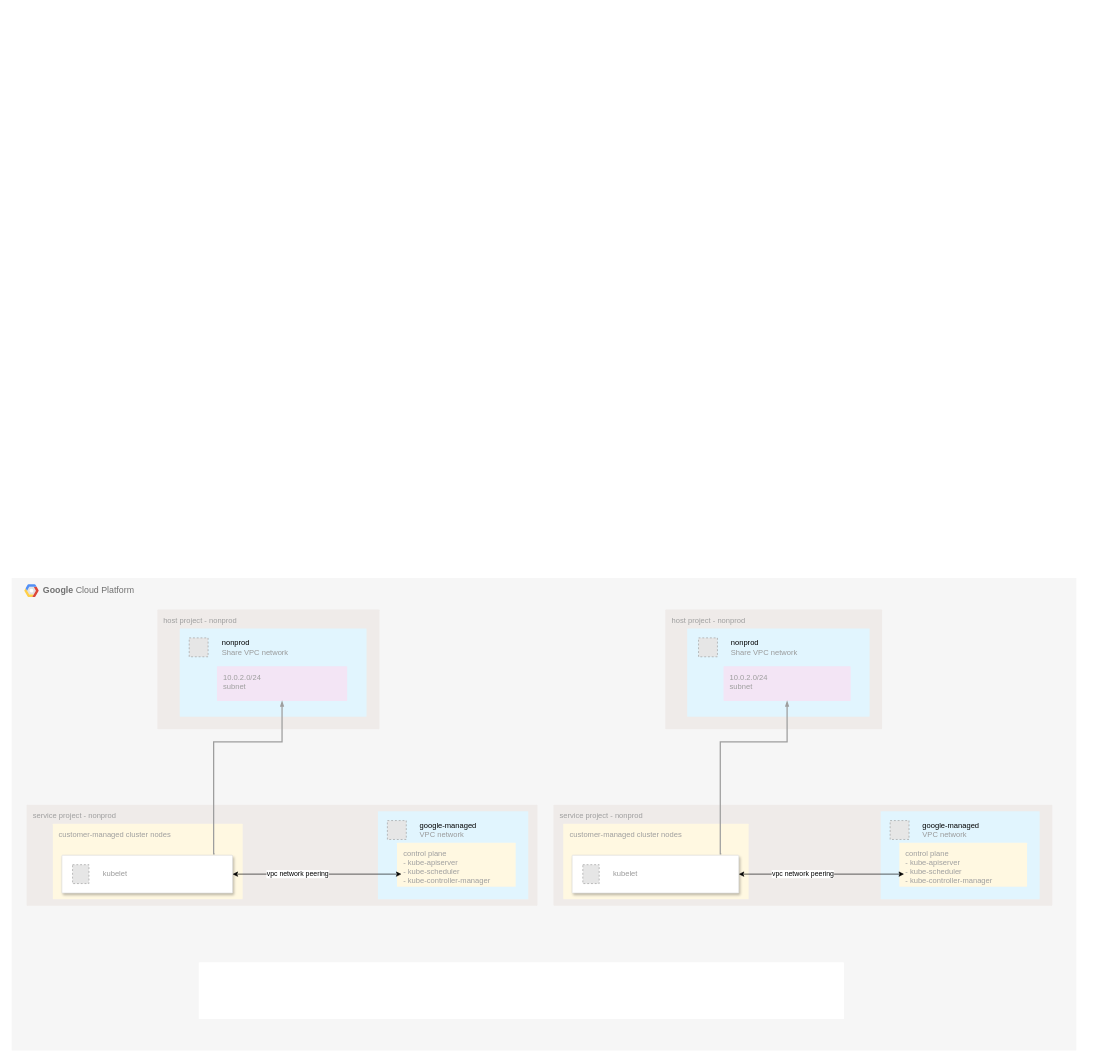
Earlier version of the draw.io diagram page "Page-1" (1 of 2) of private-gke.drawio (Phoebe0222/cloud-concepts). Source tidied: cells renumbered, new cells numbered last; positions are measured from the earlier drawing's top-left corner, leaving out a move shared by most shapes. Both pictures are drawn from the tidied source at 63%, with x=0, y=0 at pixel (11, 578). Pictures stored in the file or linked from it are replaced by grey dashed boxes.
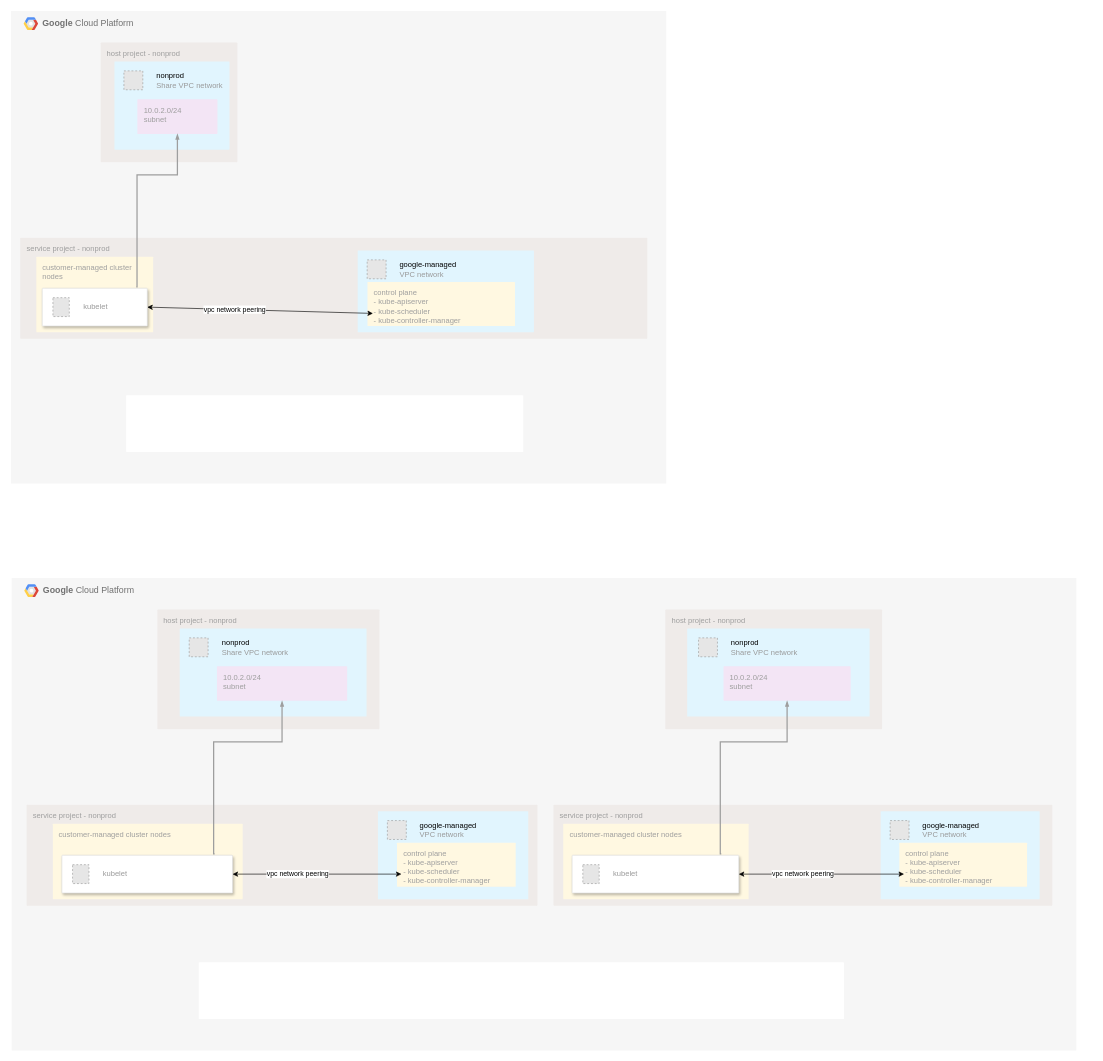
After the change.

What changed in the source:
```diff
@@
+    <mxCell id="37" value="&lt;b&gt;Google &lt;/b&gt;Cloud Platform" style="fillColor=#F6F6F6;strokeColor=none;shadow=0;gradientColor=none;fontSize=14;align=left;spacing=10;fontColor=#717171;9E9E9E;verticalAlign=top;spacingTop=-4;fontStyle=0;spacingLeft=40;html=1;" parent="1" vertex="1">
+      <mxGeometry x="-1" y="-900" width="1040" height="750" as="geometry" />
+    </mxCell>
+    <mxCell id="38" style="shape=mxgraph.gcp2.google_cloud_platform;fillColor=#F6F6F6;strokeColor=none;shadow=0;gradientColor=none;" parent="37" vertex="1">
+      <mxGeometry width="23" height="20" relative="1" as="geometry">
+        <mxPoint x="20" y="10" as="offset" />
+      </mxGeometry>
+    </mxCell>
+    <mxCell id="39" value="host project - nonprod" style="sketch=0;rounded=1;absoluteArcSize=1;arcSize=2;html=1;strokeColor=none;gradientColor=none;shadow=0;dashed=0;fontSize=12;fontColor=#9E9E9E;align=left;verticalAlign=top;spacing=10;spacingTop=-4;whiteSpace=wrap;fillColor=#EFEBE9;" parent="37" vertex="1">
+      <mxGeometry x="142.3" y="50" width="217" height="190" as="geometry" />
+    </mxCell>
+    <mxCell id="40" style="sketch=0;rounded=1;absoluteArcSize=1;arcSize=2;html=1;strokeColor=none;gradientColor=none;shadow=0;dashed=0;fontSize=12;fontColor=#9E9E9E;align=left;verticalAlign=top;spacing=10;spacingTop=-4;whiteSpace=wrap;fillColor=#E1F5FE;" parent="37" vertex="1">
+      <mxGeometry x="164.2" y="80" width="182.5" height="140" as="geometry" />
+    </mxCell>
+    <mxCell id="41" style="strokeColor=none;shadow=1;strokeWidth=1;rounded=1;absoluteArcSize=1;arcSize=2;fillColor=none;" parent="37" vertex="1">
+      <mxGeometry x="164.2" y="80" width="208" height="60" as="geometry" />
+    </mxCell>
+    <mxCell id="42" value="&lt;font color=&quot;#000000&quot;&gt;nonprod&lt;/font&gt;&lt;br&gt;Share VPC network" style="fillColor=#E6E6E6;strokeColor=#999999;dashed=1;html=1;fontColor=#999999;verticalLabelPosition=middle;verticalAlign=middle;labelPosition=right;align=left;spacingLeft=20;" parent="41" vertex="1">
+      <mxGeometry width="30" height="30" relative="1" as="geometry">
+        <mxPoint x="15" y="15" as="offset" />
+      </mxGeometry>
+    </mxCell>
+    <mxCell id="43" value="10.0.2.0/24&lt;div&gt;subnet&amp;nbsp;&lt;/div&gt;" style="sketch=0;points=[[0,0,0],[0.25,0,0],[0.5,0,0],[0.75,0,0],[1,0,0],[1,0.25,0],[1,0.5,0],[1,0.75,0],[1,1,0],[0.75,1,0],[0.5,1,0],[0.25,1,0],[0,1,0],[0,0.75,0],[0,0.5,0],[0,0.25,0]];rounded=1;absoluteArcSize=1;arcSize=2;html=1;strokeColor=none;gradientColor=none;shadow=0;dashed=0;fontSize=12;fontColor=#9E9E9E;align=left;verticalAlign=top;spacing=10;spacingTop=-4;whiteSpace=wrap;fillColor=#F3E5F5;" parent="37" vertex="1">
+      <mxGeometry x="200.5" y="140" width="127.2" height="55" as="geometry" />
+    </mxCell>
+    <mxCell id="44" value="service project - nonprod" style="sketch=0;rounded=1;absoluteArcSize=1;arcSize=2;html=1;strokeColor=none;gradientColor=none;shadow=0;dashed=0;fontSize=12;fontColor=#9E9E9E;align=left;verticalAlign=top;spacing=10;spacingTop=-4;whiteSpace=wrap;fillColor=#EFEBE9;" parent="37" vertex="1">
+      <mxGeometry x="14.6" y="360" width="995.4" height="160" as="geometry" />
+    </mxCell>
+    <mxCell id="45" style="sketch=0;rounded=1;absoluteArcSize=1;arcSize=2;html=1;strokeColor=none;gradientColor=none;shadow=0;dashed=0;fontSize=12;fontColor=#9E9E9E;align=left;verticalAlign=top;spacing=10;spacingTop=-4;whiteSpace=wrap;fillColor=#E1F5FE;" parent="37" vertex="1">
+      <mxGeometry x="550.3" y="380" width="279.7" height="130" as="geometry" />
+    </mxCell>
+    <mxCell id="46" style="strokeColor=none;shadow=1;strokeWidth=1;rounded=1;absoluteArcSize=1;arcSize=2;fillColor=none;" parent="37" vertex="1">
+      <mxGeometry x="550.3" y="380" width="208" height="60" as="geometry" />
+    </mxCell>
+    <mxCell id="47" value="&lt;font color=&quot;#000000&quot;&gt;google-managed&lt;/font&gt;&lt;br&gt;VPC network" style="fillColor=#E6E6E6;strokeColor=#999999;dashed=1;html=1;fontColor=#999999;verticalLabelPosition=middle;verticalAlign=middle;labelPosition=right;align=left;spacingLeft=20;" parent="46" vertex="1">
+      <mxGeometry width="30" height="30" relative="1" as="geometry">
+        <mxPoint x="15" y="15" as="offset" />
+      </mxGeometry>
+    </mxCell>
+    <mxCell id="48" value="customer-managed cluster nodes" style="sketch=0;rounded=1;absoluteArcSize=1;arcSize=2;html=1;strokeColor=none;gradientColor=none;shadow=0;dashed=0;fontSize=12;fontColor=#9E9E9E;align=left;verticalAlign=top;spacing=10;spacingTop=-4;whiteSpace=wrap;fillColor=#FFF8E1;" parent="37" vertex="1">
+      <mxGeometry x="40.2" y="390" width="185.4" height="120" as="geometry" />
+    </mxCell>
+    <mxCell id="49" value="control plane&lt;div&gt;- kube-apiserver&lt;/div&gt;&lt;div&gt;- kube-scheduler&lt;/div&gt;&lt;div&gt;- kube-controller-manager&lt;/div&gt;" style="sketch=0;points=[[0,0,0],[0.25,0,0],[0.5,0,0],[0.75,0,0],[1,0,0],[1,0.25,0],[1,0.5,0],[1,0.75,0],[1,1,0],[0.75,1,0],[0.5,1,0],[0.25,1,0],[0,1,0],[0,0.75,0],[0,0.5,0],[0,0.25,0]];rounded=1;absoluteArcSize=1;arcSize=2;html=1;strokeColor=none;gradientColor=none;shadow=0;dashed=0;fontSize=12;fontColor=#9E9E9E;align=left;verticalAlign=top;spacing=10;spacingTop=-4;whiteSpace=wrap;fillColor=#FFF8E1;" parent="37" vertex="1">
+      <mxGeometry x="565.8" y="430" width="234.2" height="70" as="geometry" />
+    </mxCell>
+    <mxCell id="50" style="strokeColor=#dddddd;shadow=1;strokeWidth=1;rounded=1;absoluteArcSize=1;arcSize=2;" parent="37" vertex="1">
+      <mxGeometry x="49.5" y="440" width="166.8" height="60" as="geometry" />
+    </mxCell>
+    <mxCell id="51" value="kubelet" style="fillColor=#E6E6E6;strokeColor=#999999;dashed=1;html=1;fontColor=#999999;verticalLabelPosition=middle;verticalAlign=middle;labelPosition=right;align=left;spacingLeft=20;" parent="50" vertex="1">
+      <mxGeometry width="26" height="30" relative="1" as="geometry">
+        <mxPoint x="17" y="15" as="offset" />
+      </mxGeometry>
+    </mxCell>
+    <mxCell id="52" style="edgeStyle=orthogonalEdgeStyle;fontSize=12;html=1;endArrow=blockThin;endFill=1;rounded=0;strokeWidth=2;endSize=4;startSize=4;dashed=0;strokeColor=#9E9E9E;exitX=0.895;exitY=-0.038;exitDx=0;exitDy=0;exitPerimeter=0;entryX=0.5;entryY=1;entryDx=0;entryDy=0;entryPerimeter=0;" parent="37" edge="1" source="50" target="43">
+      <mxGeometry relative="1" as="geometry">
+        <Array as="points">
+          <mxPoint x="199" y="438" />
+          <mxPoint x="200" y="438" />
+          <mxPoint x="200" y="260" />
+          <mxPoint x="264" y="260" />
+        </Array>
+      </mxGeometry>
+    </mxCell>
+    <mxCell id="53" style="endArrow=classic;startArrow=classic;html=1;rounded=0;exitX=1;exitY=0.5;exitDx=0;exitDy=0;entryX=0.037;entryY=0.714;entryDx=0;entryDy=0;entryPerimeter=0;" parent="37" edge="1" source="50" target="49">
+      <mxGeometry relative="1" as="geometry" />
+    </mxCell>
+    <mxCell id="54" value="vpc network peering" style="edgeLabel;html=1;align=center;verticalAlign=middle;" parent="53" vertex="1">
+      <mxGeometry x="-0.23" relative="1" as="geometry" />
+    </mxCell>
+    <mxCell id="55" style="sketch=0;rounded=1;absoluteArcSize=1;arcSize=2;html=1;strokeColor=none;gradientColor=none;shadow=0;dashed=0;fontSize=12;fontColor=#9E9E9E;align=left;verticalAlign=top;spacing=10;spacingTop=-4;whiteSpace=wrap;" parent="37" vertex="1">
+      <mxGeometry x="182.8" y="610" width="630.3" height="90" as="geometry" />
+    </mxCell>
```
